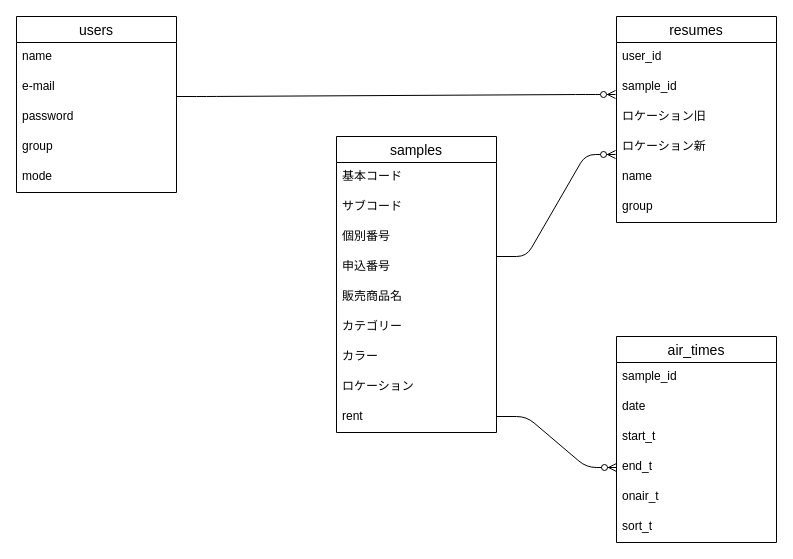
Earlier version of the draw.io diagram er.dio (kyuu5988/wms_3). Source tidied: cells renumbered, new cells numbered last; positions are measured from the earlier drawing's top-left corner, leaving out a move shared by most shapes. Both pictures are drawn from the tidied source at 100%, with x=0, y=0 at pixel (16, 16).
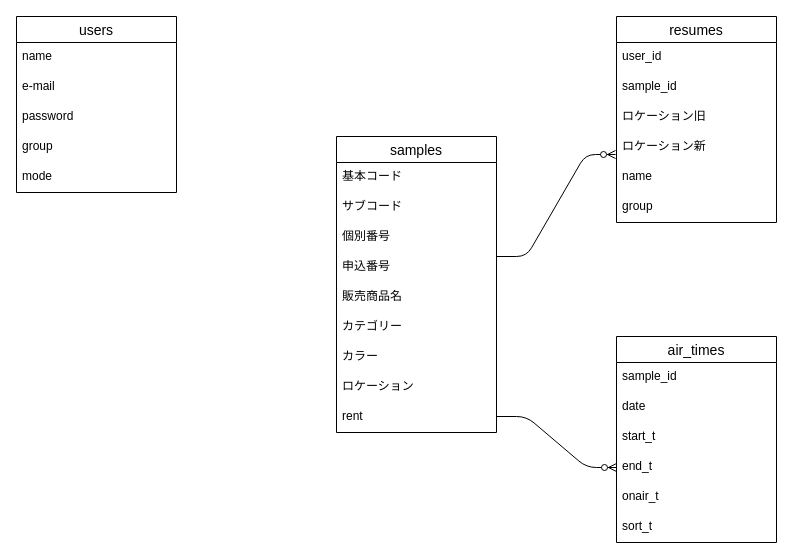
The same page after the edit.

Unchanged cells that the change refers to:
```xml
<mxCell id="10" value="sample_id" style="text;strokeColor=none;fillColor=none;spacingLeft=4;spacingRight=4;overflow=hidden;points=[[0,0.5],[1,0.5]];portConstraint=eastwest;fontSize=12;" parent="8" vertex="1">
  <mxGeometry y="56" width="160" height="30" as="geometry" />
</mxCell>
```

What changed in the source:
```diff
@@
-    <mxCell id="25" style="edgeStyle=entityRelationEdgeStyle;fontSize=12;html=1;endArrow=ERzeroToMany;endFill=1;entryX=-0.006;entryY=0.733;entryDx=0;entryDy=0;entryPerimeter=0;" parent="1" edge="1" target="10">
-      <mxGeometry relative="1" as="geometry">
-        <mxPoint x="160" y="80" as="sourcePoint" />
-      </mxGeometry>
-    </mxCell>
```
